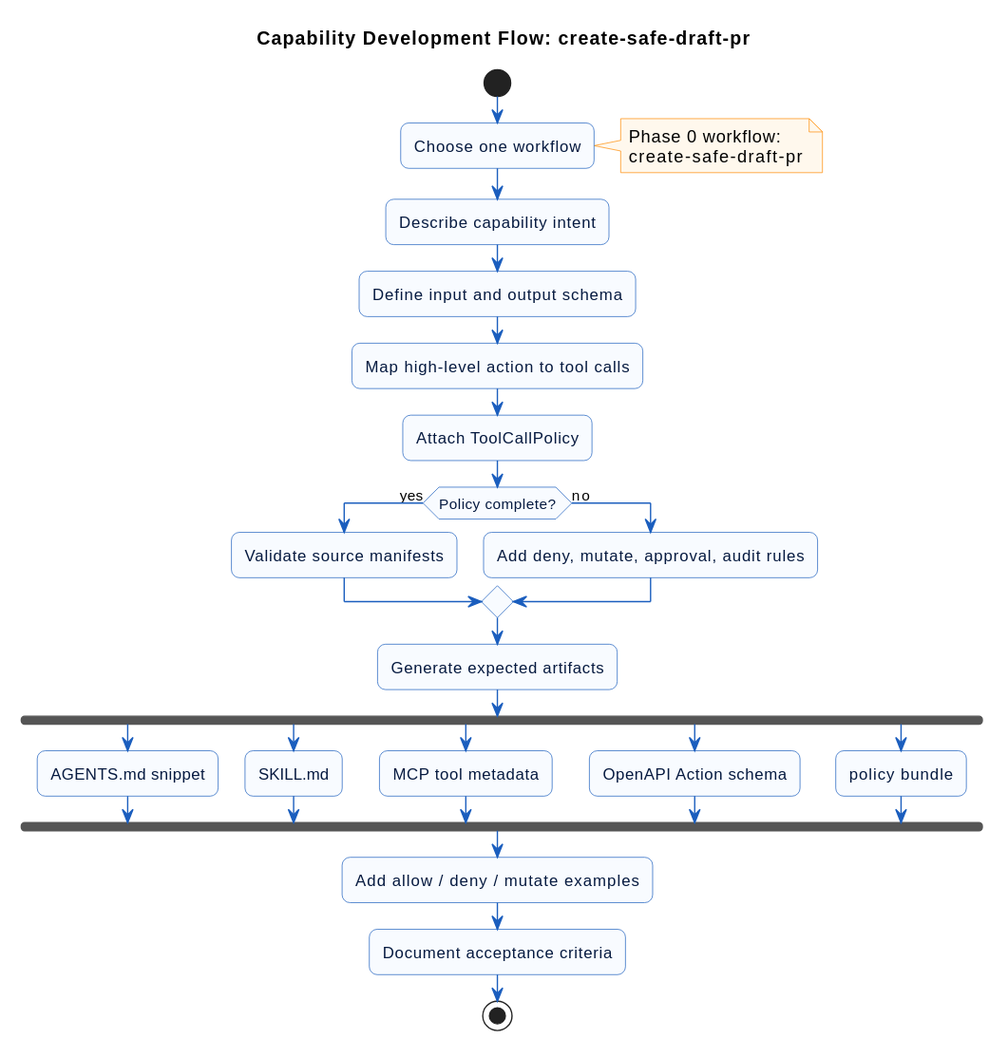
Earlier version of the PlantUML export diagrams/svg/capability-development-flow.svg (bakaut/actlane). The source it was exported from:
```plantuml
@startuml
skinparam backgroundColor #FFFFFF
skinparam shadowing false
skinparam roundcorner 12
skinparam ArrowColor #1B5EBE
skinparam ActivityBorderColor #1B5EBE
skinparam ActivityBackgroundColor #F8FBFF
skinparam ActivityFontColor #061A40
skinparam NoteBackgroundColor #FFF8ED
skinparam NoteBorderColor #FF8A00

title Capability Development Flow: create-safe-draft-pr

start
:Choose one workflow;
note right
Phase 0 workflow:
create-safe-draft-pr
end note

:Describe capability intent;
:Define input and output schema;
:Map high-level action to tool calls;
:Attach ToolCallPolicy;

if (Policy complete?) then (yes)
  :Validate source manifests;
else (no)
  :Add deny, mutate, approval, audit rules;
endif

:Generate expected artifacts;
fork
  :AGENTS.md snippet;
fork again
  :SKILL.md;
fork again
  :MCP tool metadata;
fork again
  :OpenAPI Action schema;
fork again
  :policy bundle;
end fork

:Add allow / deny / mutate examples;
:Document acceptance criteria;
stop
@enduml
```
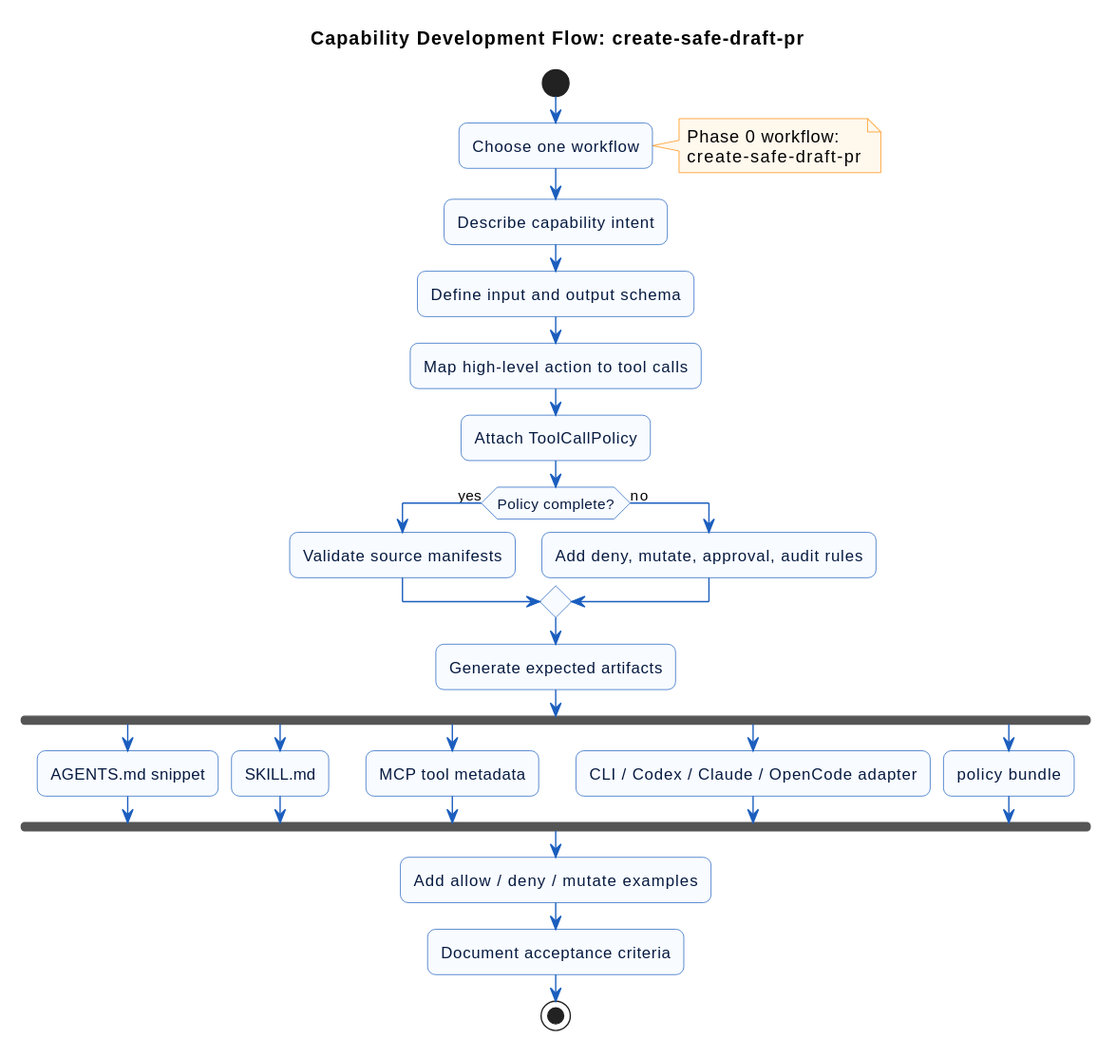
Above is the later version.

Diff of the diagram source:
```diff
@@ -37,7 +37,7 @@
 fork again
   :MCP tool metadata;
 fork again
-  :OpenAPI Action schema;
+  :CLI / Codex / Claude / OpenCode adapter;
 fork again
   :policy bundle;
 end fork
```
